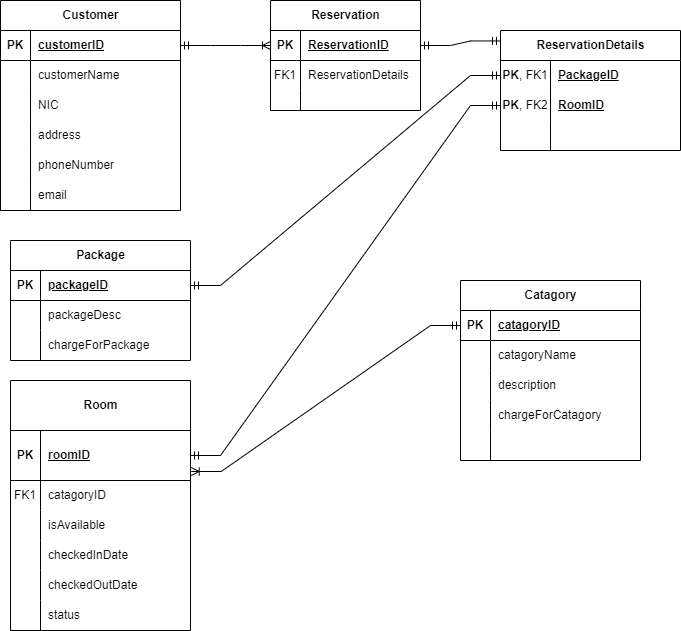
ViyathAraliya/CMJD105_CourseWork02_ViyathAraliya keeps this draw.io diagram as relationalDataModel.png. Above is the earlier version. Source tidied: cells renumbered, new cells last; positions are measured from the earlier drawing's top-left corner, leaving out a move shared by most shapes.
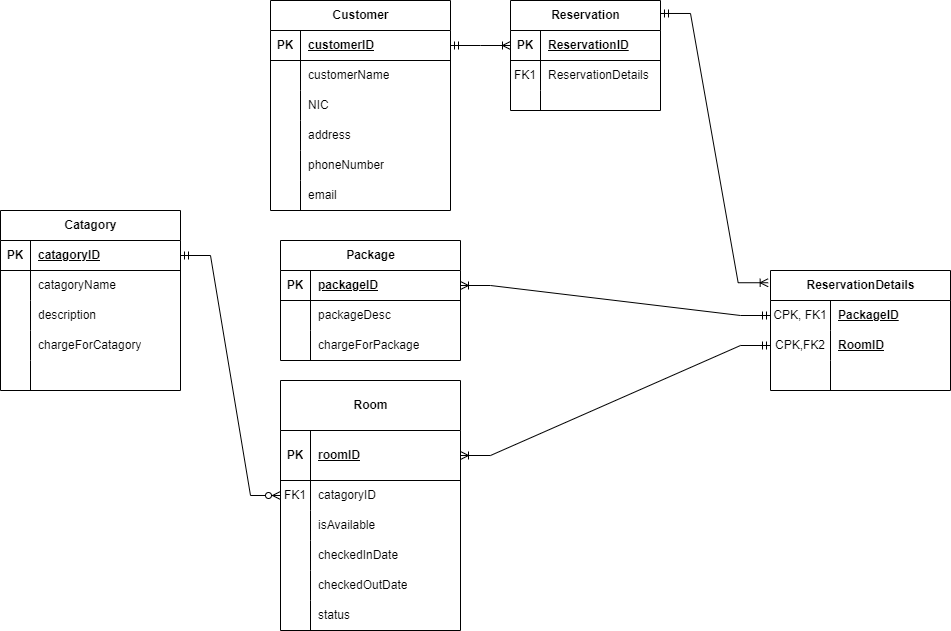
After the change.

Commit message:
changed relational data model

What changed in the source:
```diff
@@ -3,7 +3,7 @@
     <mxCell id="0" />
     <mxCell id="1" parent="0" />
     <mxCell id="2" value="Reservation" style="shape=table;startSize=30;rowLines=0;fontStyle=1;align=center;html=1;" parent="1" vertex="1">
-      <mxGeometry x="270" width="150" height="110" as="geometry" />
+      <mxGeometry x="240" width="150" height="110" as="geometry" />
     </mxCell>
     <mxCell id="3" style="shape=tableRow;horizontal=0;startSize=0;swimlaneHead=0;swimlaneBody=0;fillColor=none;points=[[0,0.5],[1,0.5]];portConstraint=eastwest;top=0;left=0;right=0;bottom=1;" parent="2" vertex="1">
       <mxGeometry y="30" width="150" height="30" as="geometry" />
@@ -90,7 +90,7 @@
       <mxGeometry x="30" width="150" height="30" as="geometry" />
     </mxCell>
     <mxCell id="31" value="Catagory" style="shape=table;startSize=30;rowLines=0;fontStyle=1;align=center;html=1;" parent="1" vertex="1">
-      <mxGeometry x="460" y="280" width="180" height="180" as="geometry" />
+      <mxGeometry x="-270" y="210" width="180" height="180" as="geometry" />
     </mxCell>
     <mxCell id="32" style="shape=tableRow;horizontal=0;startSize=0;swimlaneHead=0;swimlaneBody=0;fillColor=none;points=[[0,0.5],[1,0.5]];portConstraint=eastwest;top=0;left=0;right=0;bottom=1;" parent="31" vertex="1">
       <mxGeometry y="30" width="180" height="30" as="geometry" />
@@ -171,38 +171,35 @@
       <mxGeometry relative="1" as="geometry" />
     </mxCell>
     <mxCell id="58" value="ReservationDetails" style="shape=table;startSize=30;rowLines=0;fontStyle=1;align=center;html=1;" parent="1" vertex="1">
-      <mxGeometry x="500" y="30" width="180" height="120" as="geometry" />
+      <mxGeometry x="500" y="270" width="180" height="120" as="geometry" />
     </mxCell>
     <mxCell id="59" style="shape=tableRow;horizontal=0;startSize=0;swimlaneHead=0;swimlaneBody=0;fillColor=none;points=[[0,0.5],[1,0.5]];portConstraint=eastwest;top=0;left=0;right=0;bottom=0;" parent="58" vertex="1">
       <mxGeometry y="30" width="180" height="30" as="geometry" />
     </mxCell>
-    <mxCell id="60" value="&lt;b&gt;PK&lt;/b&gt;, FK1" style="shape=partialRectangle;fillColor=none;top=0;left=0;bottom=0;right=0;overflow=hidden;whiteSpace=wrap;html=1;" parent="59" vertex="1">
-      <mxGeometry width="50" height="30" as="geometry" />
+    <mxCell id="60" value="CPK, FK1" style="shape=partialRectangle;fillColor=none;top=0;left=0;bottom=0;right=0;overflow=hidden;whiteSpace=wrap;html=1;" parent="59" vertex="1">
+      <mxGeometry width="60" height="30" as="geometry" />
     </mxCell>
     <mxCell id="61" value="&lt;b&gt;&lt;u&gt;PackageID&lt;/u&gt;&lt;/b&gt;" style="shape=partialRectangle;fillColor=none;top=0;left=0;bottom=0;right=0;align=left;spacingLeft=6;overflow=hidden;whiteSpace=wrap;html=1;" parent="59" vertex="1">
-      <mxGeometry x="50" width="130" height="30" as="geometry" />
+      <mxGeometry x="60" width="120" height="30" as="geometry" />
     </mxCell>
     <mxCell id="62" style="shape=tableRow;horizontal=0;startSize=0;swimlaneHead=0;swimlaneBody=0;fillColor=none;points=[[0,0.5],[1,0.5]];portConstraint=eastwest;top=0;left=0;right=0;bottom=0;" parent="58" vertex="1">
       <mxGeometry y="60" width="180" height="30" as="geometry" />
     </mxCell>
-    <mxCell id="63" value="&lt;b&gt;PK&lt;/b&gt;, FK2" style="shape=partialRectangle;fillColor=none;top=0;left=0;bottom=0;right=0;overflow=hidden;whiteSpace=wrap;html=1;" parent="62" vertex="1">
-      <mxGeometry width="50" height="30" as="geometry" />
+    <mxCell id="63" value="CPK,FK2" style="shape=partialRectangle;fillColor=none;top=0;left=0;bottom=0;right=0;overflow=hidden;whiteSpace=wrap;html=1;" parent="62" vertex="1">
+      <mxGeometry width="60" height="30" as="geometry" />
     </mxCell>
     <mxCell id="64" value="&lt;u&gt;RoomID&lt;/u&gt;" style="shape=partialRectangle;fillColor=none;top=0;left=0;bottom=0;right=0;align=left;spacingLeft=6;overflow=hidden;whiteSpace=wrap;html=1;fontStyle=1;" parent="62" vertex="1">
-      <mxGeometry x="50" width="130" height="30" as="geometry" />
+      <mxGeometry x="60" width="120" height="30" as="geometry" />
     </mxCell>
     <mxCell id="65" style="shape=tableRow;horizontal=0;startSize=0;swimlaneHead=0;swimlaneBody=0;fillColor=none;top=0;left=0;right=0;bottom=0;" parent="58" vertex="1">
       <mxGeometry y="90" width="180" height="30" as="geometry" />
     </mxCell>
     <mxCell id="66" style="shape=partialRectangle;fillColor=none;top=0;left=0;bottom=0;right=0;overflow=hidden;whiteSpace=wrap;html=1;" parent="65" vertex="1">
-      <mxGeometry width="50" height="30" as="geometry" />
+      <mxGeometry width="60" height="30" as="geometry" />
     </mxCell>
     <mxCell id="67" style="shape=partialRectangle;fillColor=none;top=0;left=0;bottom=0;right=0;align=left;spacingLeft=6;overflow=hidden;whiteSpace=wrap;html=1;" parent="65" vertex="1">
-      <mxGeometry x="50" width="130" height="30" as="geometry" />
+      <mxGeometry x="60" width="120" height="30" as="geometry" />
     </mxCell>
-    <mxCell id="68" style="edgeStyle=entityRelationEdgeStyle;fontSize=12;html=1;endArrow=ERmandOne;startArrow=ERmandOne;rounded=0;exitX=1;exitY=0.5;exitDx=0;exitDy=0;entryX=0;entryY=0.087;entryDx=0;entryDy=0;entryPerimeter=0;" parent="1" edge="1" source="3" target="58">
-      <mxGeometry relative="1" as="geometry" />
-    </mxCell>
     <mxCell id="69" value="Room" style="shape=table;startSize=50;rowLines=0;fontStyle=1;align=center;html=1;" parent="1" vertex="1">
       <mxGeometry x="10" y="380" width="180" height="250" as="geometry" />
     </mxCell>
@@ -260,14 +257,17 @@
     <mxCell id="87" value="status" style="shape=partialRectangle;fillColor=none;top=0;left=0;bottom=0;right=0;align=left;spacingLeft=6;overflow=hidden;whiteSpace=wrap;html=1;" parent="85" vertex="1">
       <mxGeometry x="30" width="150" height="30" as="geometry" />
     </mxCell>
-    <mxCell id="88" style="edgeStyle=entityRelationEdgeStyle;fontSize=12;html=1;endArrow=ERmandOne;startArrow=ERmandOne;rounded=0;exitX=1;exitY=0.5;exitDx=0;exitDy=0;entryX=0;entryY=0.5;entryDx=0;entryDy=0;" parent="1" edge="1" source="48" target="59">
-      <mxGeometry relative="1" as="geometry" />
-    </mxCell>
-    <mxCell id="89" style="edgeStyle=entityRelationEdgeStyle;fontSize=12;html=1;endArrow=ERmandOne;startArrow=ERmandOne;rounded=0;exitX=1;exitY=0.5;exitDx=0;exitDy=0;entryX=0;entryY=0.5;entryDx=0;entryDy=0;" parent="1" edge="1" source="70" target="62">
-      <mxGeometry relative="1" as="geometry" />
-    </mxCell>
-    <mxCell id="90" style="edgeStyle=entityRelationEdgeStyle;fontSize=12;html=1;endArrow=ERoneToMany;startArrow=ERmandOne;rounded=0;entryX=1.004;entryY=0.82;entryDx=0;entryDy=0;entryPerimeter=0;exitX=0;exitY=0.5;exitDx=0;exitDy=0;" parent="1" edge="1" source="32" target="70">
-      <mxGeometry relative="1" as="geometry" />
-    </mxCell>
+    <mxCell id="91" style="edgeStyle=entityRelationEdgeStyle;fontSize=12;html=1;endArrow=ERzeroToMany;startArrow=ERmandOne;rounded=0;exitX=1;exitY=0.5;exitDx=0;exitDy=0;entryX=0;entryY=0.5;entryDx=0;entryDy=0;" parent="1" edge="1" source="32" target="73">
+      <mxGeometry relative="1" as="geometry" />
+    </mxCell>
+    <mxCell id="92" style="edgeStyle=entityRelationEdgeStyle;fontSize=12;html=1;endArrow=ERoneToMany;startArrow=ERmandOne;rounded=0;exitX=1;exitY=0.118;exitDx=0;exitDy=0;exitPerimeter=0;entryX=-0.013;entryY=0.102;entryDx=0;entryDy=0;entryPerimeter=0;" parent="1" edge="1" source="2" target="58">
+      <mxGeometry relative="1" as="geometry" />
+    </mxCell>
+    <mxCell id="93" style="edgeStyle=entityRelationEdgeStyle;fontSize=12;html=1;endArrow=ERoneToMany;startArrow=ERmandOne;rounded=0;exitX=0;exitY=0.5;exitDx=0;exitDy=0;entryX=1;entryY=0.5;entryDx=0;entryDy=0;" parent="1" edge="1" source="59" target="48">
+      <mxGeometry relative="1" as="geometry" />
+    </mxCell>
+    <mxCell id="94" style="edgeStyle=entityRelationEdgeStyle;fontSize=12;html=1;endArrow=ERoneToMany;startArrow=ERmandOne;rounded=0;exitX=0;exitY=0.5;exitDx=0;exitDy=0;entryX=1;entryY=0.5;entryDx=0;entryDy=0;" parent="1" edge="1" source="62" target="70">
+      <mxGeometry relative="1" as="geometry" />
+    </mxCell>
   </root>
 </mxGraphModel>
```
